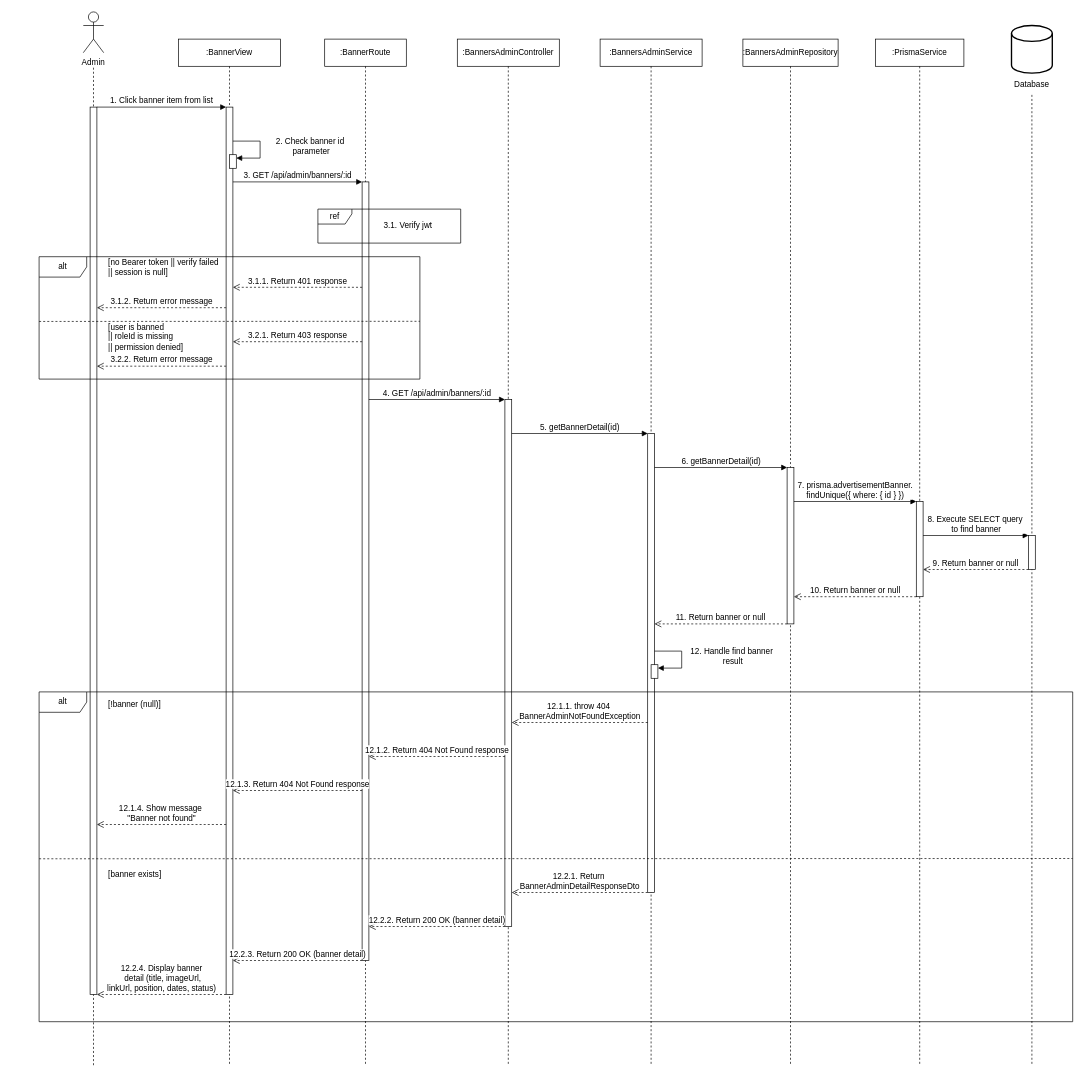
This is sequence-diagrams-remake/tthuan/UC-37.02-view-banner-detail.drawio from Thunggg/Frevia, a draw.io file, before an edit. Source tidied: cells renumbered, new cells numbered last; positions are measured from the earlier drawing's top-left corner, leaving out a move shared by most shapes. Both pictures are drawn from the tidied source at 68%, with x=0, y=0 at pixel (39, 12).
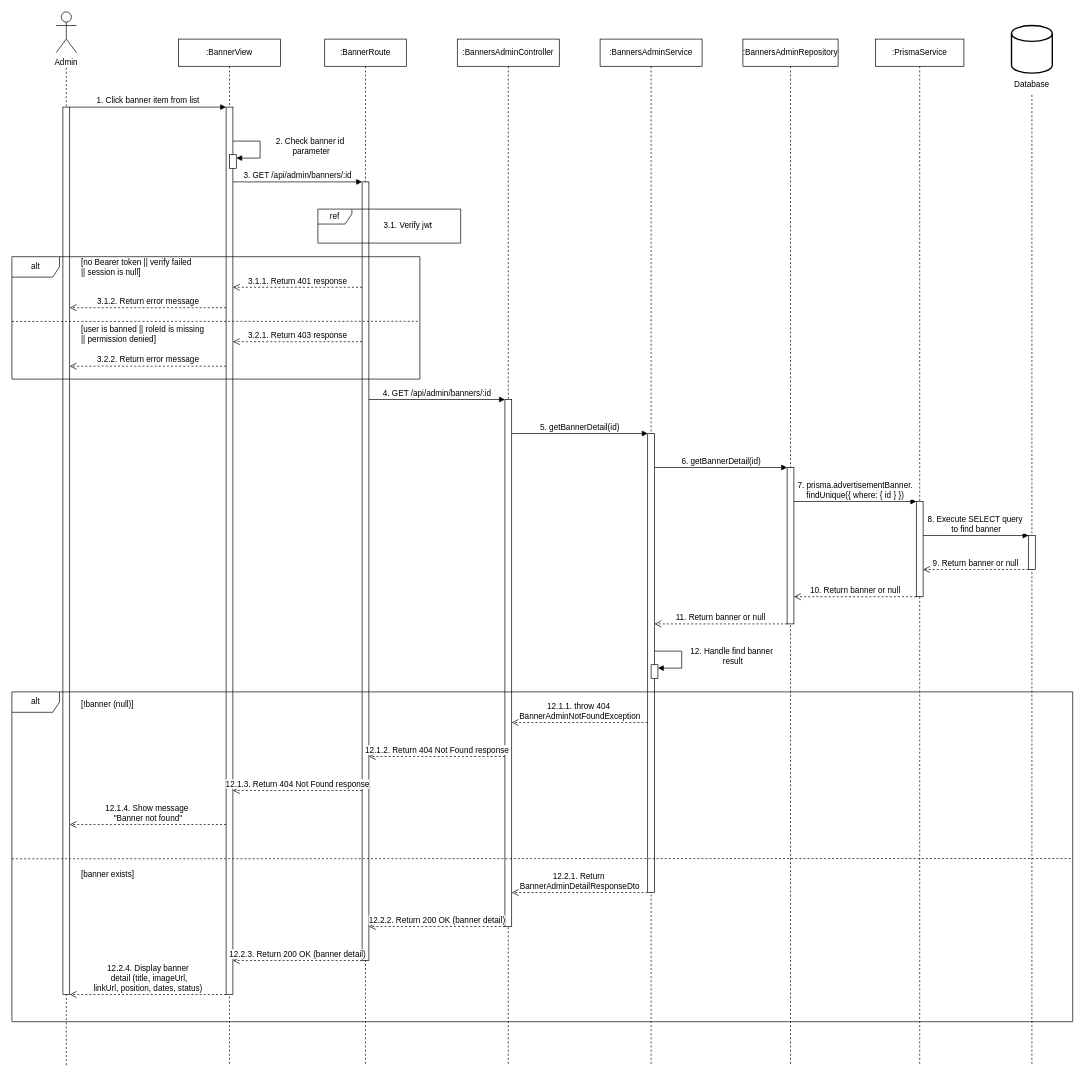
After the change.

Diff of the diagram source:
```diff
@@
     <mxCell id="2" value="Admin" style="shape=umlActor;verticalLabelPosition=bottom;verticalAlign=top;html=1;whiteSpace=wrap;" parent="1" vertex="1">
-      <mxGeometry x="65" width="30" height="60" as="geometry" />
+      <mxGeometry x="25" width="30" height="60" as="geometry" />
     </mxCell>
     <mxCell id="3" style="endArrow=none;dashed=1;html=1;rounded=0;" parent="1" edge="1">
       <mxGeometry relative="1" as="geometry">
-        <mxPoint x="80" y="82" as="sourcePoint" />
-        <mxPoint x="80" y="1550" as="targetPoint" />
+        <mxPoint x="40" y="82" as="sourcePoint" />
+        <mxPoint x="40" y="1550" as="targetPoint" />
       </mxGeometry>
     </mxCell>
@@
     <mxCell id="13" style="html=1;perimeter=orthogonalPerimeter;targetShapes=umlLifeline;newEdgeStyle={&quot;curved&quot;:0,&quot;rounded&quot;:0};" parent="1" vertex="1">
-      <mxGeometry x="75" y="140" width="10" height="1305" as="geometry" />
+      <mxGeometry x="35" y="140" width="10" height="1305" as="geometry" />
     </mxCell>
@@
     <mxCell id="21" value="1. Click banner item from list" style="html=1;verticalAlign=bottom;endArrow=block;curved=0;rounded=0;fontSize=12;" parent="1" edge="1">
       <mxGeometry relative="1" as="geometry">
-        <mxPoint x="85" y="140" as="sourcePoint" />
+        <mxPoint x="45" y="140" as="sourcePoint" />
         <mxPoint x="275" y="140" as="targetPoint" />
       </mxGeometry>
     </mxCell>
@@
     <mxCell id="27" value="alt" style="shape=umlFrame;whiteSpace=wrap;html=1;width=70;height=30;fontSize=12;fillColor=none;" parent="1" vertex="1">
-      <mxGeometry y="360" width="560" height="180" as="geometry" />
+      <mxGeometry x="-40" y="360" width="600" height="180" as="geometry" />
     </mxCell>
     <mxCell id="28" value="[no Bearer token || verify failed&amp;nbsp;&lt;div&gt;|| session is null]&lt;/div&gt;" style="text;html=1;align=left;verticalAlign=middle;whiteSpace=wrap;rounded=0;fontSize=12;" parent="1" vertex="1">
-      <mxGeometry x="100" y="360" width="300" height="30" as="geometry" />
+      <mxGeometry x="60" y="360" width="208" height="30" as="geometry" />
     </mxCell>
@@
     <mxCell id="30" value="3.1.2. Return error message" style="html=1;verticalAlign=bottom;endArrow=open;dashed=1;endSize=8;curved=0;rounded=0;fontSize=12;" parent="1" edge="1">
       <mxGeometry relative="1" as="geometry">
         <mxPoint x="275" y="435" as="sourcePoint" />
-        <mxPoint x="85" y="435" as="targetPoint" />
+        <mxPoint x="45" y="435" as="targetPoint" />
       </mxGeometry>
     </mxCell>
@@
-    <mxCell id="32" value="[user is banned&amp;nbsp;&lt;div&gt;|| roleId is missing&amp;nbsp;&lt;/div&gt;&lt;div&gt;|| permission denied]&lt;/div&gt;" style="text;html=1;align=left;verticalAlign=middle;whiteSpace=wrap;rounded=0;fontSize=12;" parent="1" vertex="1">
-      <mxGeometry x="100" y="458" width="165" height="40" as="geometry" />
+    <mxCell id="32" value="[user is banned || roleId is missing&amp;nbsp;&lt;div&gt;|| permission denied]&lt;/div&gt;" style="text;html=1;align=left;verticalAlign=middle;whiteSpace=wrap;rounded=0;fontSize=12;" parent="1" vertex="1">
+      <mxGeometry x="60" y="458" width="208" height="32" as="geometry" />
     </mxCell>
@@
     <mxCell id="34" value="3.2.2. Return error message" style="html=1;verticalAlign=bottom;endArrow=open;dashed=1;endSize=8;curved=0;rounded=0;fontSize=12;" parent="1" edge="1">
       <mxGeometry relative="1" as="geometry">
         <mxPoint x="275" y="521" as="sourcePoint" />
-        <mxPoint x="85" y="521" as="targetPoint" />
+        <mxPoint x="45" y="521" as="targetPoint" />
       </mxGeometry>
     </mxCell>
@@
     <mxCell id="45" value="alt" style="shape=umlFrame;whiteSpace=wrap;html=1;width=70;height=30;fontSize=12;fillColor=none;" parent="1" vertex="1">
-      <mxGeometry y="1000" width="1520" height="485" as="geometry" />
+      <mxGeometry x="-40" y="1000" width="1560" height="485" as="geometry" />
     </mxCell>
     <mxCell id="46" value="[!banner (null)]" style="text;html=1;align=left;verticalAlign=middle;whiteSpace=wrap;rounded=0;fontSize=12;" parent="1" vertex="1">
-      <mxGeometry x="100" y="1000" width="160" height="36" as="geometry" />
+      <mxGeometry x="60" y="1000" width="160" height="36" as="geometry" />
     </mxCell>
@@
     <mxCell id="50" value="12.1.4. Show message&amp;nbsp;&lt;div&gt;&quot;Banner not found&quot;&lt;/div&gt;" style="html=1;verticalAlign=bottom;endArrow=open;dashed=1;endSize=8;curved=0;rounded=0;fontSize=12;" parent="1" edge="1">
       <mxGeometry relative="1" as="geometry">
         <mxPoint x="275" y="1195" as="sourcePoint" />
-        <mxPoint x="85" y="1195" as="targetPoint" />
+        <mxPoint x="45" y="1195" as="targetPoint" />
       </mxGeometry>
     </mxCell>
@@
     <mxCell id="52" value="[banner exists]" style="text;html=1;align=left;verticalAlign=middle;whiteSpace=wrap;rounded=0;fontSize=12;" parent="1" vertex="1">
-      <mxGeometry x="100" y="1255" width="160" height="25" as="geometry" />
+      <mxGeometry x="60" y="1255" width="160" height="25" as="geometry" />
     </mxCell>
@@
     <mxCell id="56" value="12.2.4. Display banner&lt;div&gt;&amp;nbsp;detail (title, imageUrl,&lt;br&gt;linkUrl, position, dates, status)&lt;/div&gt;" style="html=1;verticalAlign=bottom;endArrow=open;dashed=1;endSize=8;curved=0;rounded=0;fontSize=12;" parent="1" edge="1">
       <mxGeometry relative="1" as="geometry">
         <mxPoint x="275" y="1445" as="sourcePoint" />
-        <mxPoint x="85" y="1445" as="targetPoint" />
+        <mxPoint x="45" y="1445" as="targetPoint" />
       </mxGeometry>
     </mxCell>
```
